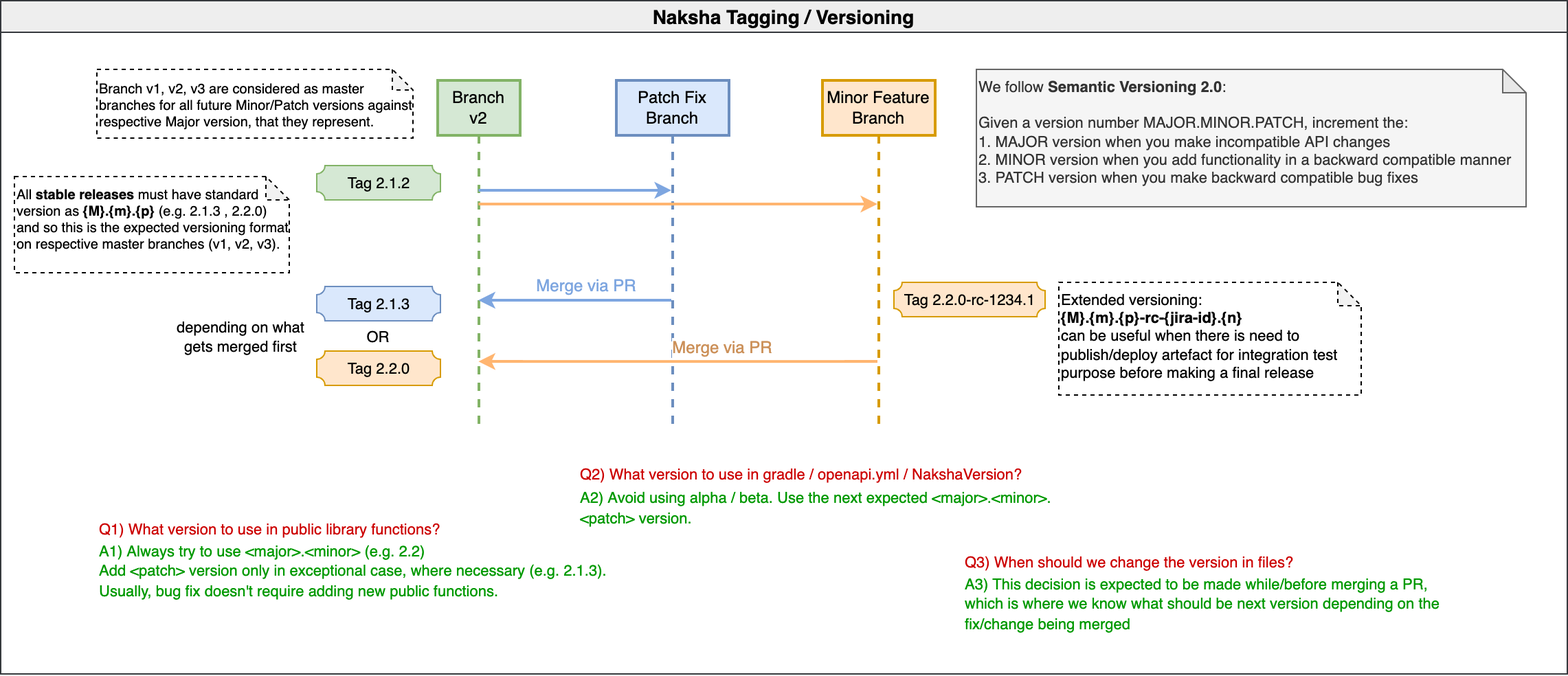
Above: docs/diagrams/versioning.png in heremaps/naksha (draw.io), before the change. Source tidied: cells renumbered, new cells last; positions are measured from the earlier drawing's top-left corner, leaving out a move shared by most shapes.
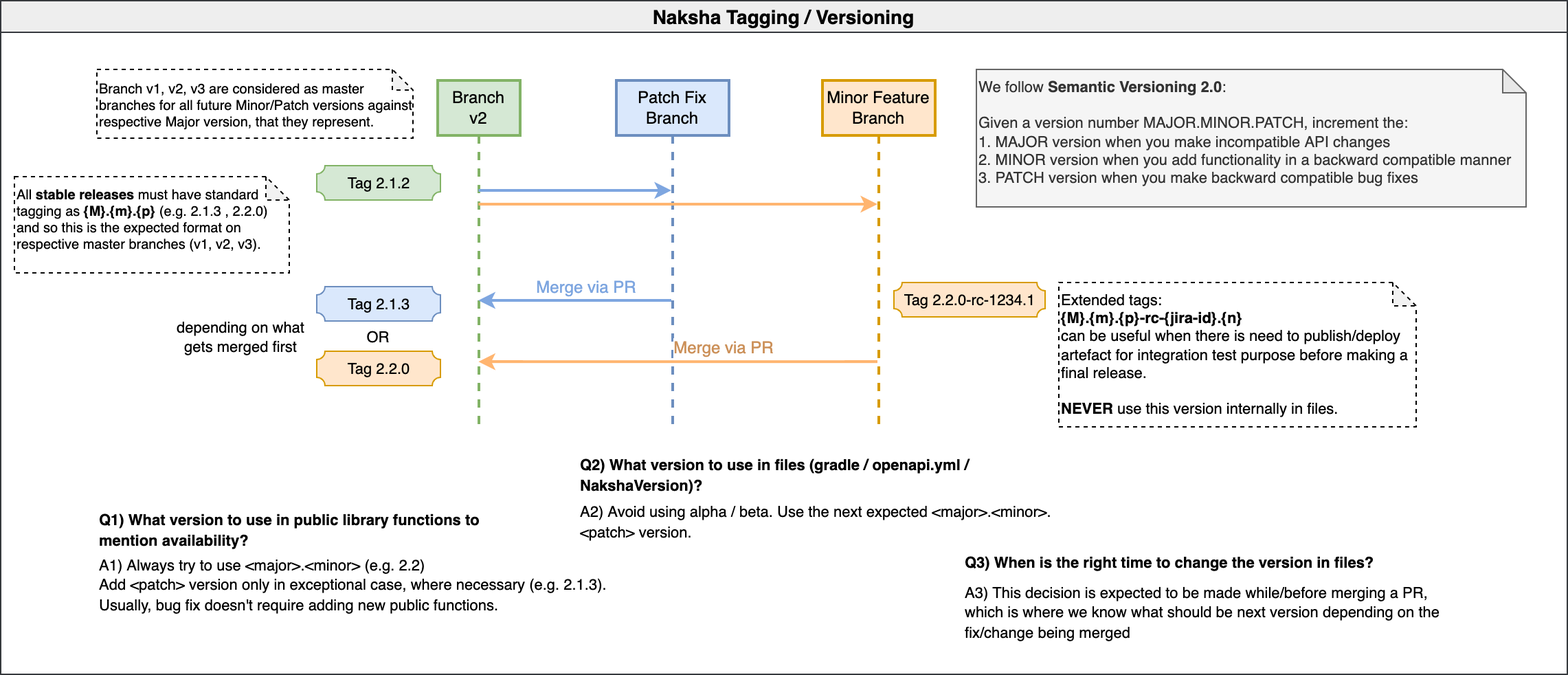
Above is the later version.

What changed in the source:
```diff
@@ -62,8 +62,8 @@
     <mxCell id="13" value="&lt;font color=&quot;#000000&quot; style=&quot;font-size: 11px;&quot;&gt;depending on what gets merged first&lt;/font&gt;" style="text;html=1;strokeColor=none;fillColor=none;align=center;verticalAlign=middle;whiteSpace=wrap;rounded=0;fontColor=#CC0000;fontSize=11;" parent="2" vertex="1">
       <mxGeometry x="120" y="230" width="110" height="30" as="geometry" />
     </mxCell>
-    <mxCell id="14" value="Extended versioning:&lt;br&gt;&lt;b&gt;{M}.{m}.{p}-rc-{jira-id}.{n}&amp;nbsp;&lt;/b&gt;&lt;br&gt;can be useful when there is need to publish/deploy artefact for integration test purpose before making a final release" style="shape=note;whiteSpace=wrap;html=1;backgroundOutline=1;darkOpacity=0.05;fontSize=11;fontColor=#000000;strokeColor=default;size=17;align=left;labelPosition=center;verticalLabelPosition=middle;verticalAlign=top;spacing=2;dashed=1;" parent="2" vertex="1">
-      <mxGeometry x="770" y="205" width="220" height="82" as="geometry" />
+    <mxCell id="14" value="Extended tags:&lt;br&gt;&lt;b&gt;{M}.{m}.{p}-rc-{jira-id}.{n}&amp;nbsp;&lt;/b&gt;&lt;br&gt;can be useful when there is need to publish/deploy artefact for integration test purpose before making a final release.&lt;br&gt;&lt;b&gt;&lt;br&gt;NEVER&lt;/b&gt; use this version internally in files." style="shape=note;whiteSpace=wrap;html=1;backgroundOutline=1;darkOpacity=0.05;fontSize=11;fontColor=#000000;strokeColor=default;size=17;align=left;labelPosition=center;verticalLabelPosition=middle;verticalAlign=top;spacing=2;dashed=1;" parent="2" vertex="1">
+      <mxGeometry x="770" y="205" width="260" height="105" as="geometry" />
     </mxCell>
     <mxCell id="15" value="We follow &lt;b&gt;Semantic Versioning 2.0&lt;/b&gt;:&lt;br style=&quot;font-size: 11px&quot;&gt;&lt;br style=&quot;font-size: 11px&quot;&gt;&lt;p style=&quot;margin: 0px 0px 1em ; font-family: &amp;#34;helvetica&amp;#34; , &amp;#34;arial&amp;#34; , sans-serif ; font-size: 11px&quot;&gt;Given a version number MAJOR.MINOR.PATCH, increment the:&lt;br&gt;&lt;span&gt;1. MAJOR version when you make incompatible API changes&lt;br&gt;&lt;/span&gt;&lt;span&gt;2. MINOR version when you add functionality in a backward compatible manner&lt;br&gt;&lt;/span&gt;&lt;span&gt;3. PATCH version when you make backward compatible bug fixes&lt;/span&gt;&lt;/p&gt;" style="shape=note;whiteSpace=wrap;html=1;backgroundOutline=1;darkOpacity=0.05;fontSize=11;strokeColor=#666666;size=17;align=left;labelPosition=center;verticalLabelPosition=middle;verticalAlign=top;spacing=2;fillColor=#f5f5f5;fontColor=#333333;" parent="2" vertex="1">
       <mxGeometry x="710" y="50" width="400" height="100" as="geometry" />
@@ -71,34 +71,34 @@
     <mxCell id="16" style="group;strokeColor=none;perimeterSpacing=0;rounded=1;dashed=1;dashPattern=1 1;fontSize=12;" parent="2" vertex="1">
       <mxGeometry x="70" y="370" width="410" height="60" as="geometry" />
     </mxCell>
-    <mxCell id="17" value="&lt;font style=&quot;font-size: 11px&quot;&gt;Q1) What version to use in public library functions?&lt;/font&gt;" style="text;html=1;strokeColor=none;fillColor=none;align=left;verticalAlign=middle;whiteSpace=wrap;rounded=0;fontColor=#CC0000;" parent="16" vertex="1">
+    <mxCell id="17" value="&lt;font style=&quot;font-size: 11px&quot;&gt;Q1) What version to use in public library functions to mention availability?&lt;/font&gt;" style="text;html=1;strokeColor=none;fillColor=none;align=left;verticalAlign=middle;whiteSpace=wrap;rounded=0;fontColor=#000000;fontStyle=1;" parent="16" vertex="1">
       <mxGeometry width="300" height="30" as="geometry" />
     </mxCell>
-    <mxCell id="18" value="&lt;font style=&quot;font-size: 11px&quot;&gt;A1) Always try to use &amp;lt;major&amp;gt;.&amp;lt;minor&amp;gt; (e.g. 2.2)&lt;br&gt;Add &amp;lt;patch&amp;gt; version only in exceptional case, where necessary (e.g. 2.1.3). Usually, bug fix doesn't require adding new public functions.&lt;/font&gt;" style="text;html=1;strokeColor=none;fillColor=none;align=left;verticalAlign=middle;whiteSpace=wrap;rounded=0;fontColor=#009900;fontSize=12;" parent="16" vertex="1">
-      <mxGeometry y="30" width="410" height="30" as="geometry" />
+    <mxCell id="18" value="&lt;font style=&quot;font-size: 11px&quot;&gt;A1) Always try to use &amp;lt;major&amp;gt;.&amp;lt;minor&amp;gt; (e.g. 2.2)&lt;br&gt;Add &amp;lt;patch&amp;gt; version only in exceptional case, where necessary (e.g. 2.1.3). Usually, bug fix doesn't require adding new public functions.&lt;/font&gt;" style="text;html=1;strokeColor=none;fillColor=none;align=left;verticalAlign=middle;whiteSpace=wrap;rounded=0;fontColor=#000000;fontSize=12;" parent="16" vertex="1">
+      <mxGeometry y="40" width="410" height="30" as="geometry" />
     </mxCell>
-    <mxCell id="19" style="group;" parent="2" vertex="1">
+    <mxCell id="19" style="group;fontStyle=0;" parent="2" vertex="1">
       <mxGeometry x="420" y="330" width="370" height="54" as="geometry" />
     </mxCell>
-    <mxCell id="20" value="&lt;font style=&quot;font-size: 11px&quot;&gt;Q2) What version to use in gradle / openapi.yml / NakshaVersion?&lt;/font&gt;" style="text;html=1;strokeColor=none;fillColor=none;align=left;verticalAlign=middle;whiteSpace=wrap;rounded=0;fontColor=#CC0000;" parent="19" vertex="1">
+    <mxCell id="20" value="&lt;font style=&quot;font-size: 11px&quot; color=&quot;#000000&quot;&gt;&lt;b&gt;Q2) What version to use in files (gradle / openapi.yml / NakshaVersion)?&lt;/b&gt;&lt;/font&gt;" style="text;html=1;strokeColor=none;fillColor=none;align=left;verticalAlign=middle;whiteSpace=wrap;rounded=0;fontColor=#CC0000;" parent="19" vertex="1">
       <mxGeometry width="360" height="30" as="geometry" />
     </mxCell>
-    <mxCell id="21" value="&lt;font style=&quot;font-size: 11px&quot;&gt;A2) Avoid using alpha / beta. Use the next expected &amp;lt;major&amp;gt;.&amp;lt;minor&amp;gt;.&amp;lt;patch&amp;gt; version.&lt;/font&gt;" style="text;html=1;strokeColor=none;fillColor=none;align=left;verticalAlign=middle;whiteSpace=wrap;rounded=0;fontColor=#009900;" parent="19" vertex="1">
-      <mxGeometry y="24" width="370" height="30" as="geometry" />
+    <mxCell id="21" value="&lt;font style=&quot;font-size: 11px&quot;&gt;A2) Avoid using alpha / beta. Use the next expected &amp;lt;major&amp;gt;.&amp;lt;minor&amp;gt;.&amp;lt;patch&amp;gt; version.&lt;/font&gt;" style="text;html=1;strokeColor=none;fillColor=none;align=left;verticalAlign=middle;whiteSpace=wrap;rounded=0;fontColor=#000000;" parent="19" vertex="1">
+      <mxGeometry y="34" width="370" height="30" as="geometry" />
     </mxCell>
     <mxCell id="22" style="group;" parent="2" vertex="1">
       <mxGeometry x="700" y="394" width="370" height="60" as="geometry" />
     </mxCell>
-    <mxCell id="23" value="&lt;font style=&quot;font-size: 11px&quot;&gt;Q3) When should we change the version in files?&lt;/font&gt;" style="text;html=1;strokeColor=none;fillColor=none;align=left;verticalAlign=middle;whiteSpace=wrap;rounded=0;fontColor=#CC0000;" parent="22" vertex="1">
+    <mxCell id="23" value="&lt;font style=&quot;font-size: 11px&quot;&gt;Q3) When is the right time to change the version in files?&lt;/font&gt;" style="text;html=1;strokeColor=none;fillColor=none;align=left;verticalAlign=middle;whiteSpace=wrap;rounded=0;fontColor=#000000;fontStyle=1;" parent="22" vertex="1">
       <mxGeometry width="360" height="30" as="geometry" />
     </mxCell>
-    <mxCell id="24" value="&lt;font style=&quot;font-size: 11px&quot;&gt;A3) This decision is expected to be made while/before merging a PR, which is where we know what should be next version depending on the fix/change being merged&amp;nbsp;&lt;/font&gt;" style="text;html=1;strokeColor=none;fillColor=none;align=left;verticalAlign=middle;whiteSpace=wrap;rounded=0;fontColor=#009900;" parent="22" vertex="1">
-      <mxGeometry y="30" width="370" height="30" as="geometry" />
+    <mxCell id="24" value="&lt;font style=&quot;font-size: 11px&quot;&gt;A3) This decision is expected to be made while/before merging a PR, which is where we know what should be next version depending on the fix/change being merged&amp;nbsp;&lt;/font&gt;" style="text;html=1;strokeColor=none;fillColor=none;align=left;verticalAlign=middle;whiteSpace=wrap;rounded=0;fontColor=#000000;fontStyle=0;" parent="22" vertex="1">
+      <mxGeometry y="36" width="370" height="30" as="geometry" />
     </mxCell>
     <mxCell id="25" value="Branch v1, v2, v3 are considered as master branches for all future Minor/Patch versions against respective Major version, that they represent." style="shape=note;whiteSpace=wrap;html=1;backgroundOutline=1;darkOpacity=0.05;rounded=1;fontSize=10;fontColor=#000000;strokeColor=default;strokeWidth=1;size=15;align=left;dashed=1;" parent="2" vertex="1">
       <mxGeometry x="70" y="50" width="230" height="50" as="geometry" />
     </mxCell>
-    <mxCell id="26" value="All &lt;b&gt;stable releases&lt;/b&gt; must have standard version as&amp;nbsp;&lt;b style=&quot;font-size: 10px&quot;&gt;{M}.{m}.{p}&lt;/b&gt;&amp;nbsp;(e.g. 2.1.3 , 2.2.0) and so this is the expected versioning format on respective master branches (v1, v2, v3)." style="shape=note;whiteSpace=wrap;html=1;backgroundOutline=1;darkOpacity=0.05;fontSize=10;fontColor=#000000;strokeColor=default;size=17;align=left;labelPosition=center;verticalLabelPosition=middle;verticalAlign=top;spacing=2;dashed=1;" parent="2" vertex="1">
+    <mxCell id="26" value="All &lt;b&gt;stable releases&lt;/b&gt; must have standard tagging as&amp;nbsp;&lt;b style=&quot;font-size: 10px&quot;&gt;{M}.{m}.{p}&lt;/b&gt;&amp;nbsp;(e.g. 2.1.3 , 2.2.0) and so this is the expected format on respective master branches (v1, v2, v3)." style="shape=note;whiteSpace=wrap;html=1;backgroundOutline=1;darkOpacity=0.05;fontSize=10;fontColor=#000000;strokeColor=default;size=17;align=left;labelPosition=center;verticalLabelPosition=middle;verticalAlign=top;spacing=2;dashed=1;" parent="2" vertex="1">
       <mxGeometry x="10" y="128" width="200" height="70" as="geometry" />
     </mxCell>
     <mxCell id="27" value="Tag 2.1.2" style="verticalLabelPosition=middle;verticalAlign=middle;html=1;shape=mxgraph.basic.plaque;dx=3;rounded=1;fontSize=11;strokeColor=#82b366;strokeWidth=1;fillColor=#d5e8d4;align=center;labelPosition=center;" parent="2" vertex="1">
```
